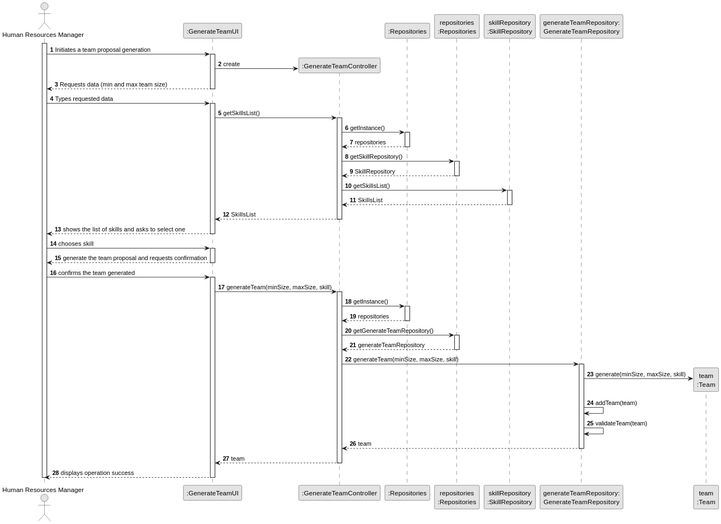
Earlier version of the PlantUML export docs/sprintA&B/us005/03.design/svg/us005-sequence-diagram-full.svg (daniel41silva05/ISEP_2023_2024_LAPR2).
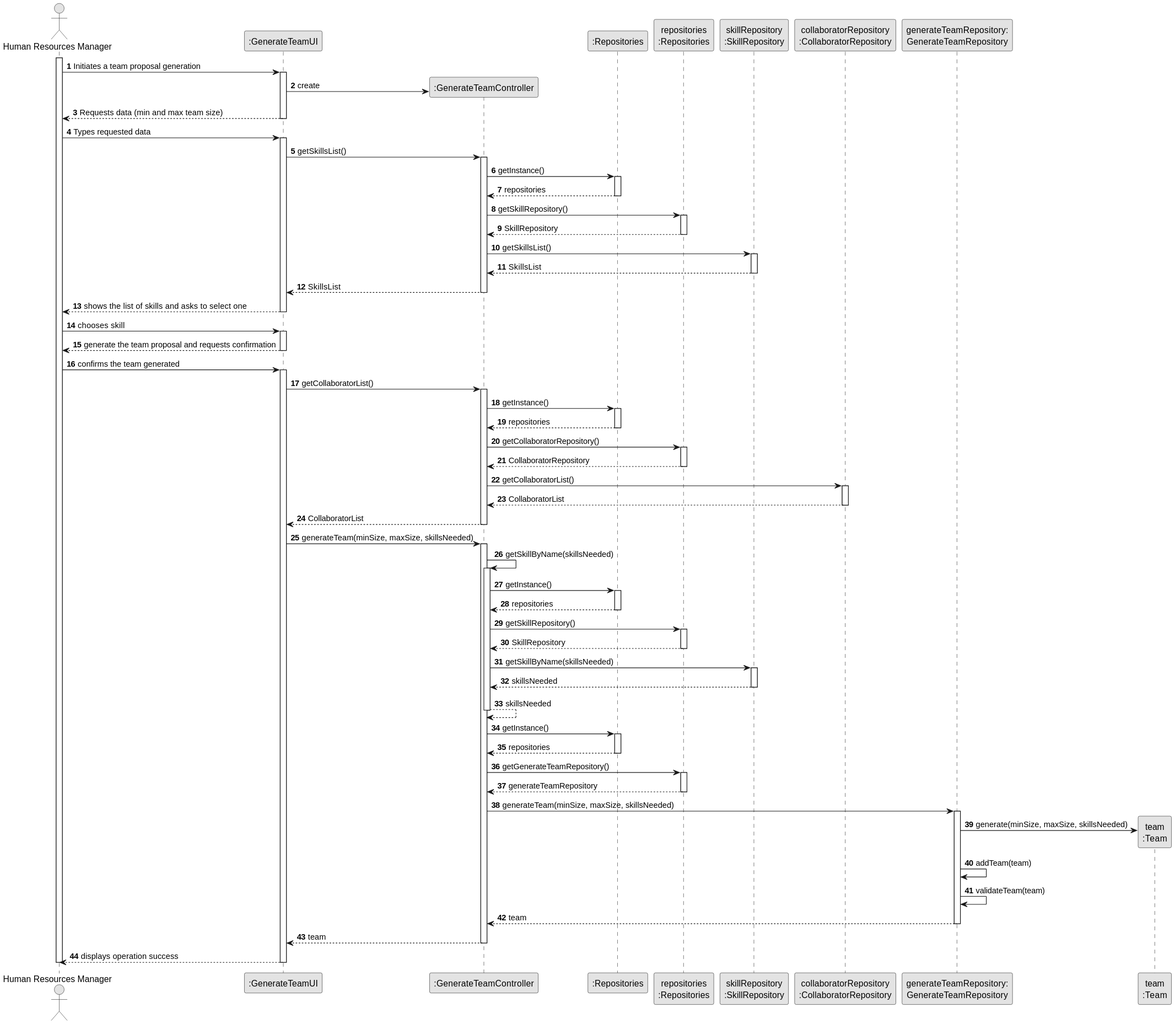
The same file after the commit.

Diff of the diagram source:
```diff
@@ -11,6 +11,7 @@
 participant ":Repositories" as REP
 participant "repositories\n:Repositories" as REPS
 participant "skillRepository\n:SkillRepository" as SREP
+participant "collaboratorRepository\n:CollaboratorRepository" as CREP
 participant "generateTeamRepository:\nGenerateTeamRepository" as GTREP
 participant "team\n:Team" as T
 
@@ -64,8 +65,56 @@
     HRM -> UI : confirms the team generated
     activate UI
 
-        UI -> CTRL: generateTeam(minSize, maxSize, skill)
+         UI -> CTRL : getCollaboratorList()
+                activate CTRL
+
+                    CTRL -> REP : getInstance()
+                    activate REP
+
+                    REP --> CTRL: repositories
+                    deactivate REP
+
+                    CTRL -> REPS : getCollaboratorRepository()
+                    activate REPS
+
+                    REPS --> CTRL: CollaboratorRepository
+                    deactivate REPS
+
+                    CTRL -> CREP: getCollaboratorList()
+                    activate CREP
+
+                    CREP --> CTRL : CollaboratorList
+                    deactivate CREP
+
+                    CTRL --> UI : CollaboratorList
+                    deactivate CTRL
+
+        UI -> CTRL: generateTeam(minSize, maxSize, skillsNeeded)
         activate CTRL
+
+            CTRL -> CTRL: getSkillByName(skillsNeeded)
+                        activate CTRL
+
+                        CTRL -> REP: getInstance()
+                        activate REP
+
+                        REP --> CTRL: repositories
+                        deactivate REP
+
+                        CTRL -> REPS: getSkillRepository()
+                        activate REPS
+
+                        REPS --> CTRL: SkillRepository
+                        deactivate REPS
+
+                        CTRL -> SREP: getSkillByName(skillsNeeded)
+                        activate SREP
+
+                        SREP --> CTRL: skillsNeeded
+                        deactivate SREP
+
+                        CTRL --> CTRL: skillsNeeded
+                        deactivate CTRL
 
             CTRL -> REP: getInstance()
             activate REP
@@ -79,10 +128,10 @@
             REPS --> CTRL: generateTeamRepository
             deactivate REPS
 
-            CTRL -> GTREP: generateTeam(minSize, maxSize, skill)
+            CTRL -> GTREP: generateTeam(minSize, maxSize, skillsNeeded)
             activate GTREP
 
-                GTREP -> T** : generate(minSize, maxSize, skill)
+                GTREP -> T** : generate(minSize, maxSize, skillsNeeded)
 
                 GTREP -> GTREP: addTeam(team)
 
```
